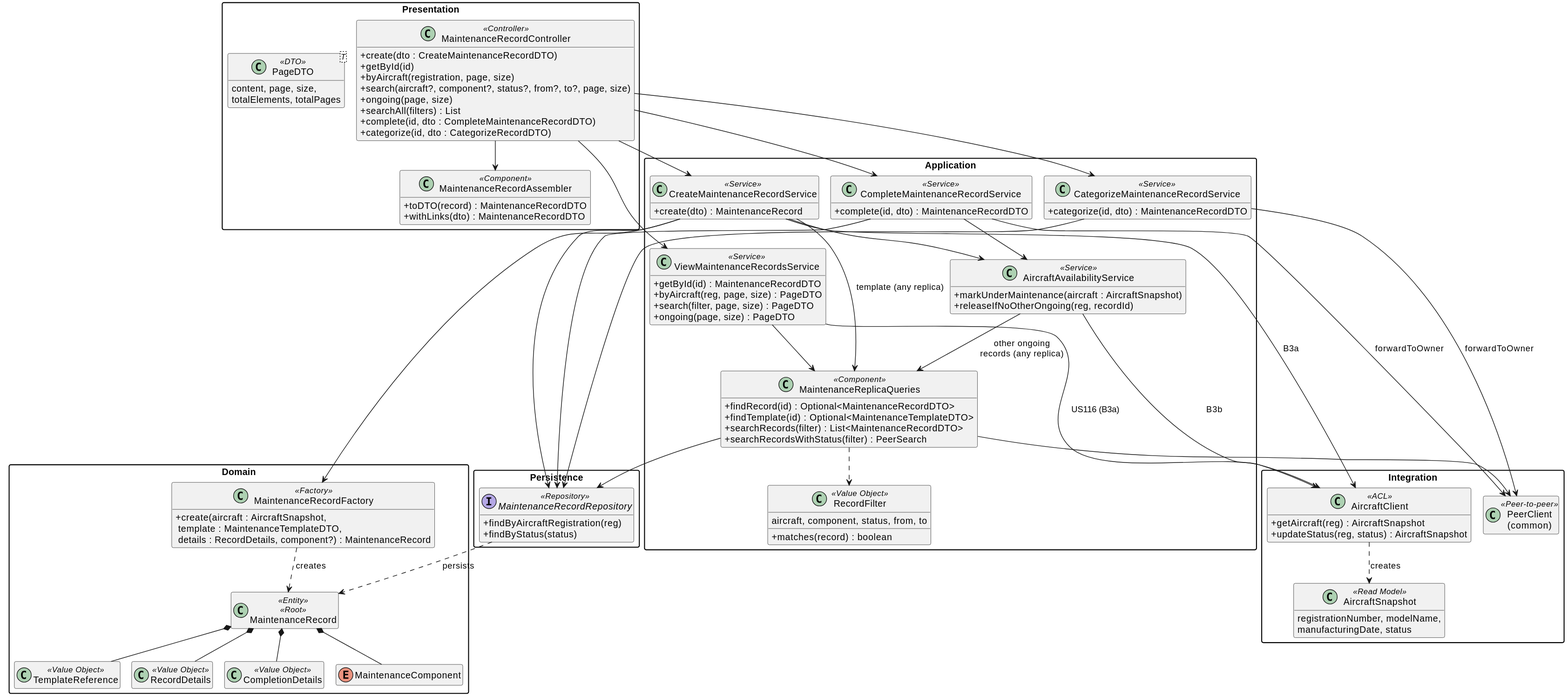
The PlantUML diagram docs/4-code/maintenance/svg/Maintenance-CD-Records.svg in caetanotiago/Project_SIDIS, before a commit.
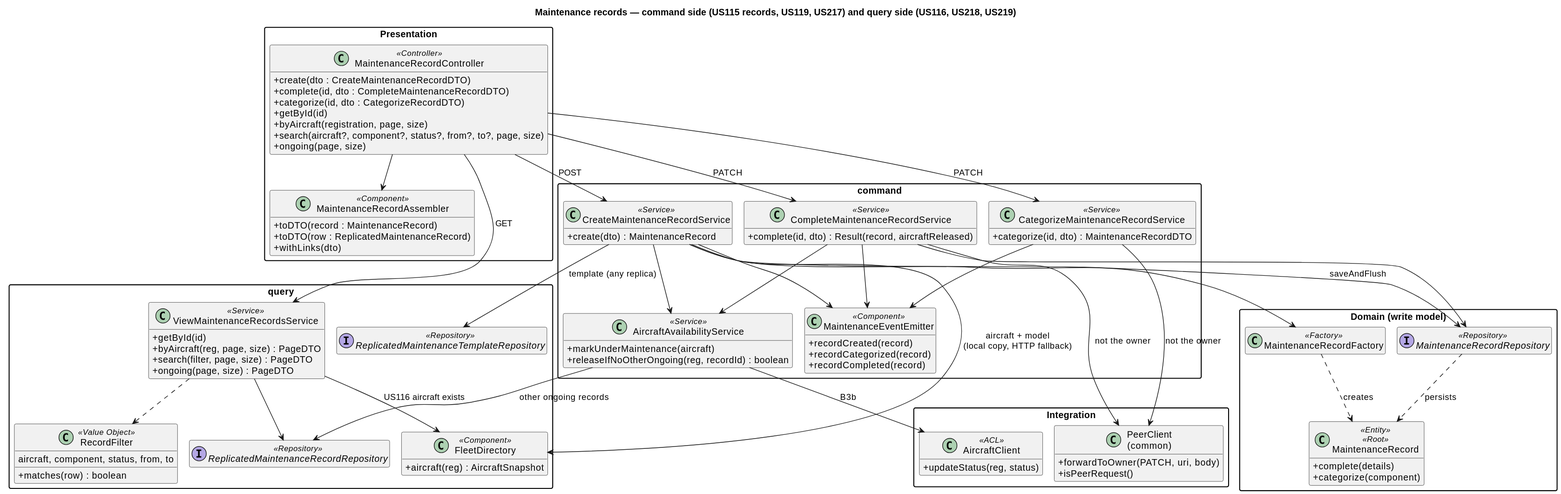
Above is the later version.

Diff of the diagram source:
```diff
@@ -3,119 +3,106 @@
 skinparam classAttributeIconSize 0
 skinparam packageStyle rectangle
 hide empty members
+title Maintenance records — command side (US115 records, US119, US217) and query side (US116, US218, US219)
 
 package "Presentation" {
     class MaintenanceRecordController <<Controller>> {
         + create(dto : CreateMaintenanceRecordDTO)
+        + complete(id, dto : CompleteMaintenanceRecordDTO)
+        + categorize(id, dto : CategorizeRecordDTO)
         + getById(id)
         + byAircraft(registration, page, size)
         + search(aircraft?, component?, status?, from?, to?, page, size)
         + ongoing(page, size)
-        + searchAll(filters) : List
-        + complete(id, dto : CompleteMaintenanceRecordDTO)
-        + categorize(id, dto : CategorizeRecordDTO)
     }
     class MaintenanceRecordAssembler <<Component>> {
-        + toDTO(record) : MaintenanceRecordDTO
-        + withLinks(dto) : MaintenanceRecordDTO
-    }
-    class PageDTO<T> <<DTO>> {
-        content, page, size,
-        totalElements, totalPages
+        + toDTO(record : MaintenanceRecord)
+        + toDTO(row : ReplicatedMaintenanceRecord)
+        + withLinks(dto)
     }
 }
 
-package "Application" {
+package "command" {
     class CreateMaintenanceRecordService <<Service>> {
         + create(dto) : MaintenanceRecord
     }
     class CompleteMaintenanceRecordService <<Service>> {
-        + complete(id, dto) : MaintenanceRecordDTO
+        + complete(id, dto) : Result(record, aircraftReleased)
     }
     class CategorizeMaintenanceRecordService <<Service>> {
         + categorize(id, dto) : MaintenanceRecordDTO
     }
+    class AircraftAvailabilityService <<Service>> {
+        + markUnderMaintenance(aircraft)
+        + releaseIfNoOtherOngoing(reg, recordId) : boolean
+    }
+    class MaintenanceEventEmitter <<Component>> {
+        + recordCreated(record)
+        + recordCategorized(record)
+        + recordCompleted(record)
+    }
+}
+
+package "query" {
     class ViewMaintenanceRecordsService <<Service>> {
-        + getById(id) : MaintenanceRecordDTO
+        + getById(id)
         + byAircraft(reg, page, size) : PageDTO
         + search(filter, page, size) : PageDTO
         + ongoing(page, size) : PageDTO
     }
-    class AircraftAvailabilityService <<Service>> {
-        + markUnderMaintenance(aircraft : AircraftSnapshot)
-        + releaseIfNoOtherOngoing(reg, recordId)
-    }
-    class MaintenanceReplicaQueries <<Component>> {
-        + findRecord(id) : Optional<MaintenanceRecordDTO>
-        + findTemplate(id) : Optional<MaintenanceTemplateDTO>
-        + searchRecords(filter) : List<MaintenanceRecordDTO>
-        + searchRecordsWithStatus(filter) : PeerSearch
-    }
     class RecordFilter <<Value Object>> {
         aircraft, component, status, from, to
-        + matches(record) : boolean
+        + matches(row) : boolean
+    }
+    interface ReplicatedMaintenanceRecordRepository <<Repository>>
+    interface ReplicatedMaintenanceTemplateRepository <<Repository>>
+    class FleetDirectory <<Component>> {
+        + aircraft(reg) : AircraftSnapshot
     }
 }
 
-package "Domain" {
-    class MaintenanceRecordFactory <<Factory>> {
-        + create(aircraft : AircraftSnapshot,\n template : MaintenanceTemplateDTO,\n details : RecordDetails, component?) : MaintenanceRecord
+package "Domain (write model)" {
+    class MaintenanceRecordFactory <<Factory>>
+    class MaintenanceRecord <<Entity>> <<Root>> {
+        + complete(details)
+        + categorize(component)
     }
-    class MaintenanceRecord <<Entity>> <<Root>>
-    class TemplateReference <<Value Object>>
-    class RecordDetails <<Value Object>>
-    class CompletionDetails <<Value Object>>
-    enum MaintenanceComponent
-    MaintenanceRecord *-- TemplateReference
-    MaintenanceRecord *-- RecordDetails
-    MaintenanceRecord *-- CompletionDetails
-    MaintenanceRecord *-- MaintenanceComponent
-}
-
-package "Persistence" {
-    interface MaintenanceRecordRepository <<Repository>> {
-        + findByAircraftRegistration(reg)
-        + findByStatus(status)
-    }
+    interface MaintenanceRecordRepository <<Repository>>
 }
 
 package "Integration" {
     class AircraftClient <<ACL>> {
-        + getAircraft(reg) : AircraftSnapshot
-        + updateStatus(reg, status) : AircraftSnapshot
+        + updateStatus(reg, status)
     }
-    class AircraftSnapshot <<Read Model>> {
-        registrationNumber, modelName,
-        manufacturingDate, status
+    class "PeerClient\n(common)" as PeerClient {
+        + forwardToOwner(PATCH, uri, body)
+        + isPeerRequest()
     }
-    class "PeerClient\n(common)" as PeerClient <<Peer-to-peer>>
 }
 
-MaintenanceRecordController --> CreateMaintenanceRecordService
-MaintenanceRecordController --> CompleteMaintenanceRecordService
-MaintenanceRecordController --> CategorizeMaintenanceRecordService
-MaintenanceRecordController --> ViewMaintenanceRecordsService
+MaintenanceRecordController --> CreateMaintenanceRecordService : POST
+MaintenanceRecordController --> CompleteMaintenanceRecordService : PATCH
+MaintenanceRecordController --> CategorizeMaintenanceRecordService : PATCH
+MaintenanceRecordController --> ViewMaintenanceRecordsService : GET
 MaintenanceRecordController --> MaintenanceRecordAssembler
 
-CreateMaintenanceRecordService --> AircraftClient : B3a
-CreateMaintenanceRecordService --> MaintenanceReplicaQueries : template (any replica)
+CreateMaintenanceRecordService --> FleetDirectory : aircraft + model\n(local copy, HTTP fallback)
+CreateMaintenanceRecordService --> ReplicatedMaintenanceTemplateRepository : template (any replica)
 CreateMaintenanceRecordService --> MaintenanceRecordFactory
-CreateMaintenanceRecordService --> MaintenanceRecordRepository
+CreateMaintenanceRecordService --> MaintenanceRecordRepository : saveAndFlush
 CreateMaintenanceRecordService --> AircraftAvailabilityService
+CreateMaintenanceRecordService --> MaintenanceEventEmitter
 CompleteMaintenanceRecordService --> MaintenanceRecordRepository
-CompleteMaintenanceRecordService --> PeerClient : forwardToOwner
+CompleteMaintenanceRecordService --> PeerClient : not the owner
 CompleteMaintenanceRecordService --> AircraftAvailabilityService
-CategorizeMaintenanceRecordService --> MaintenanceRecordRepository
-CategorizeMaintenanceRecordService --> PeerClient : forwardToOwner
-ViewMaintenanceRecordsService --> MaintenanceReplicaQueries
-ViewMaintenanceRecordsService --> AircraftClient : US116 (B3a)
+CompleteMaintenanceRecordService --> MaintenanceEventEmitter
+CategorizeMaintenanceRecordService --> PeerClient : not the owner
+CategorizeMaintenanceRecordService --> MaintenanceEventEmitter
 AircraftAvailabilityService --> AircraftClient : B3b
-AircraftAvailabilityService --> MaintenanceReplicaQueries : other ongoing\nrecords (any replica)
-MaintenanceReplicaQueries --> MaintenanceRecordRepository
-MaintenanceReplicaQueries --> PeerClient
-MaintenanceReplicaQueries ..> RecordFilter
-AircraftClient ..> AircraftSnapshot : creates
-
+AircraftAvailabilityService --> ReplicatedMaintenanceRecordRepository : other ongoing records
+ViewMaintenanceRecordsService --> ReplicatedMaintenanceRecordRepository
+ViewMaintenanceRecordsService --> FleetDirectory : US116 aircraft exists
+ViewMaintenanceRecordsService ..> RecordFilter
 MaintenanceRecordFactory ..> MaintenanceRecord : creates
 MaintenanceRecordRepository ..> MaintenanceRecord : persists
 @enduml
```
